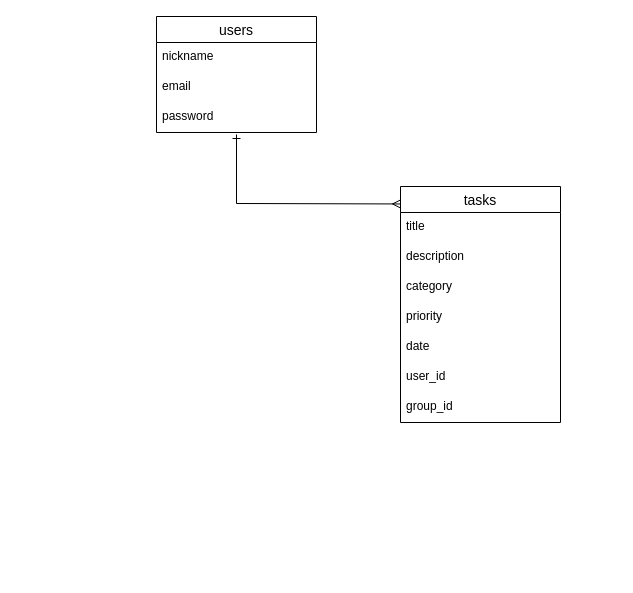
This is er.drawio from phalanx10/docalendar-app, a draw.io file, before an edit. Source tidied: cells renumbered, new cells numbered last; positions are measured from the earlier drawing's top-left corner, leaving out a move shared by most shapes. Both pictures are drawn from the tidied source at 100%, with x=0, y=0 at pixel (156, 16).
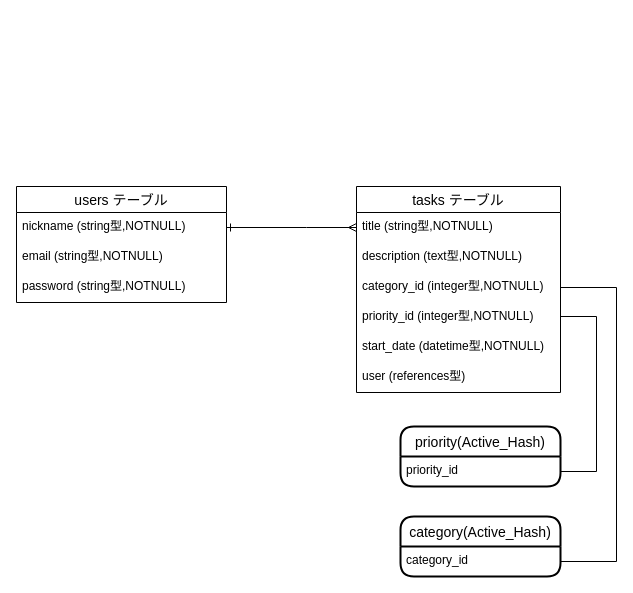
Above is the later version.

The edit, as a diff of the source:
```diff
@@
-    <mxCell id="2" value="users" style="swimlane;fontStyle=0;horizontal=1;startSize=26;align=center;fontSize=14;" parent="1" vertex="1">
-      <mxGeometry width="160" height="116" as="geometry" />
+    <mxCell id="2" value="users テーブル" style="swimlane;fontStyle=0;horizontal=1;startSize=26;align=center;fontSize=14;" parent="1" vertex="1">
+      <mxGeometry x="-140" y="170" width="210" height="116" as="geometry" />
     </mxCell>
-    <mxCell id="3" value="nickname" style="text;strokeColor=none;fillColor=none;spacingLeft=4;spacingRight=4;overflow=hidden;points=[[0,0.5],[1,0.5]];portConstraint=eastwest;fontSize=12;" parent="2" vertex="1">
-      <mxGeometry y="26" width="160" height="30" as="geometry" />
+    <mxCell id="3" value="nickname (string型,NOTNULL)" style="text;strokeColor=none;fillColor=none;spacingLeft=4;spacingRight=4;overflow=hidden;points=[[0,0.5],[1,0.5]];portConstraint=eastwest;fontSize=12;" parent="2" vertex="1">
+      <mxGeometry y="26" width="210" height="30" as="geometry" />
     </mxCell>
-    <mxCell id="4" value="email" style="text;strokeColor=none;fillColor=none;spacingLeft=4;spacingRight=4;overflow=hidden;fontSize=12;" parent="2" vertex="1">
-      <mxGeometry y="56" width="160" height="30" as="geometry" />
+    <mxCell id="4" value="email (string型,NOTNULL)" style="text;strokeColor=none;fillColor=none;spacingLeft=4;spacingRight=4;overflow=hidden;fontSize=12;" parent="2" vertex="1">
+      <mxGeometry y="56" width="210" height="30" as="geometry" />
     </mxCell>
-    <mxCell id="5" value="password" style="text;strokeColor=none;fillColor=none;spacingLeft=4;spacingRight=4;overflow=hidden;points=[[0,0.5],[1,0.5]];portConstraint=eastwest;fontSize=12;" parent="2" vertex="1">
-      <mxGeometry y="86" width="160" height="30" as="geometry" />
+    <mxCell id="5" value="password (string型,NOTNULL)" style="text;strokeColor=none;fillColor=none;spacingLeft=4;spacingRight=4;overflow=hidden;points=[[0,0.5],[1,0.5]];portConstraint=eastwest;fontSize=12;" parent="2" vertex="1">
+      <mxGeometry y="86" width="210" height="30" as="geometry" />
     </mxCell>
-    <mxCell id="6" value="tasks" style="swimlane;fontStyle=0;horizontal=1;startSize=26;align=center;fontSize=14;" parent="1" vertex="1">
-      <mxGeometry x="244" y="170" width="160" height="236" as="geometry" />
+    <mxCell id="6" value="tasks テーブル" style="swimlane;fontStyle=0;horizontal=1;startSize=26;align=center;fontSize=14;" parent="1" vertex="1">
+      <mxGeometry x="200" y="170" width="204" height="206" as="geometry" />
     </mxCell>
-    <mxCell id="7" value="title" style="text;strokeColor=none;fillColor=none;spacingLeft=4;spacingRight=4;overflow=hidden;points=[[0,0.5],[1,0.5]];portConstraint=eastwest;fontSize=12;" parent="6" vertex="1">
-      <mxGeometry y="26" width="160" height="30" as="geometry" />
+    <mxCell id="7" value="title (string型,NOTNULL)" style="text;strokeColor=none;fillColor=none;spacingLeft=4;spacingRight=4;overflow=hidden;points=[[0,0.5],[1,0.5]];portConstraint=eastwest;fontSize=12;" parent="6" vertex="1">
+      <mxGeometry y="26" width="204" height="30" as="geometry" />
     </mxCell>
-    <mxCell id="8" value="description" style="text;strokeColor=none;fillColor=none;spacingLeft=4;spacingRight=4;overflow=hidden;fontSize=12;" parent="6" vertex="1">
-      <mxGeometry y="56" width="160" height="30" as="geometry" />
+    <mxCell id="8" value="description (text型,NOTNULL)" style="text;strokeColor=none;fillColor=none;spacingLeft=4;spacingRight=4;overflow=hidden;fontSize=12;" parent="6" vertex="1">
+      <mxGeometry y="56" width="204" height="30" as="geometry" />
     </mxCell>
-    <mxCell id="9" value="category" style="text;strokeColor=none;fillColor=none;spacingLeft=4;spacingRight=4;overflow=hidden;points=[[0,0.5],[1,0.5]];portConstraint=eastwest;fontSize=12;" parent="6" vertex="1">
-      <mxGeometry y="86" width="160" height="30" as="geometry" />
+    <mxCell id="9" value="category_id (integer型,NOTNULL)" style="text;strokeColor=none;fillColor=none;spacingLeft=4;spacingRight=4;overflow=hidden;points=[[0,0.5],[1,0.5]];portConstraint=eastwest;fontSize=12;" parent="6" vertex="1">
+      <mxGeometry y="86" width="204" height="30" as="geometry" />
     </mxCell>
-    <mxCell id="10" value="priority" style="text;strokeColor=none;fillColor=none;spacingLeft=4;spacingRight=4;overflow=hidden;fontSize=12;" parent="6" vertex="1">
-      <mxGeometry y="116" width="160" height="30" as="geometry" />
+    <mxCell id="10" value="priority_id (integer型,NOTNULL)" style="text;strokeColor=none;fillColor=none;spacingLeft=4;spacingRight=4;overflow=hidden;fontSize=12;" parent="6" vertex="1">
+      <mxGeometry y="116" width="204" height="30" as="geometry" />
     </mxCell>
-    <mxCell id="11" value="date" style="text;strokeColor=none;fillColor=none;spacingLeft=4;spacingRight=4;overflow=hidden;fontSize=12;" parent="6" vertex="1">
-      <mxGeometry y="146" width="160" height="30" as="geometry" />
+    <mxCell id="11" value="start_date (datetime型,NOTNULL)" style="text;strokeColor=none;fillColor=none;spacingLeft=4;spacingRight=4;overflow=hidden;fontSize=12;" parent="6" vertex="1">
+      <mxGeometry y="146" width="204" height="30" as="geometry" />
     </mxCell>
-    <mxCell id="12" value="user_id" style="text;strokeColor=none;fillColor=none;spacingLeft=4;spacingRight=4;overflow=hidden;fontSize=12;" parent="6" vertex="1">
-      <mxGeometry y="176" width="160" height="30" as="geometry" />
+    <mxCell id="12" value="user (references型)" style="text;strokeColor=none;fillColor=none;spacingLeft=4;spacingRight=4;overflow=hidden;fontSize=12;" parent="6" vertex="1">
+      <mxGeometry y="176" width="204" height="30" as="geometry" />
     </mxCell>
-    <mxCell id="13" value="group_id" style="text;strokeColor=none;fillColor=none;spacingLeft=4;spacingRight=4;overflow=hidden;fontSize=12;" parent="6" vertex="1">
-      <mxGeometry y="206" width="160" height="30" as="geometry" />
-    </mxCell>
-    <mxCell id="14" style="endArrow=ERmany;html=1;rounded=0;exitX=0.5;exitY=1.067;exitDx=0;exitDy=0;exitPerimeter=0;startArrow=ERone;startFill=0;endFill=0;entryX=0;entryY=0.074;entryDx=0;entryDy=0;entryPerimeter=0;" parent="1" edge="1" source="5" target="6">
+    <mxCell id="14" style="endArrow=ERmany;html=1;rounded=0;startArrow=ERone;startFill=0;endFill=0;entryX=0;entryY=0.5;entryDx=0;entryDy=0;exitX=1;exitY=0.5;exitDx=0;exitDy=0;" parent="1" edge="1" source="3" target="7">
       <mxGeometry relative="1" as="geometry">
         <Array as="points">
-          <mxPoint x="80" y="187" />
+          <mxPoint x="150" y="211" />
         </Array>
       </mxGeometry>
     </mxCell>
+    <mxCell id="15" value="category(Active_Hash)" style="swimlane;horizontal=1;startSize=30;rounded=1;fontSize=14;fontStyle=0;strokeWidth=2;shadow=0;dashed=0;align=center;" parent="1" vertex="1">
+      <mxGeometry x="244" y="500" width="160" height="60" as="geometry" />
+    </mxCell>
+    <mxCell id="16" value="category_id" style="align=left;strokeColor=none;fillColor=none;spacingLeft=4;fontSize=12;verticalAlign=top;" parent="15" vertex="1">
+      <mxGeometry y="30" width="160" height="30" as="geometry" />
+    </mxCell>
+    <mxCell id="17" value="priority(Active_Hash)" style="swimlane;horizontal=1;startSize=30;rounded=1;fontSize=14;fontStyle=0;strokeWidth=2;shadow=0;dashed=0;align=center;" parent="1" vertex="1">
+      <mxGeometry x="244" y="410" width="160" height="60" as="geometry" />
+    </mxCell>
+    <mxCell id="18" value="priority_id" style="align=left;strokeColor=none;fillColor=none;spacingLeft=4;fontSize=12;verticalAlign=top;" parent="17" vertex="1">
+      <mxGeometry y="30" width="160" height="30" as="geometry" />
+    </mxCell>
+    <mxCell id="19" style="endArrow=none;html=1;rounded=0;entryX=1;entryY=0.5;entryDx=0;entryDy=0;" parent="1" edge="1" target="18">
+      <mxGeometry relative="1" as="geometry">
+        <mxPoint x="404" y="300" as="sourcePoint" />
+        <Array as="points">
+          <mxPoint x="440" y="300" />
+          <mxPoint x="440" y="455" />
+        </Array>
+      </mxGeometry>
+    </mxCell>
+    <mxCell id="20" style="endArrow=none;html=1;rounded=0;exitX=1;exitY=0.5;exitDx=0;exitDy=0;entryX=1;entryY=0.5;entryDx=0;entryDy=0;" parent="1" edge="1" source="9" target="16">
+      <mxGeometry relative="1" as="geometry">
+        <Array as="points">
+          <mxPoint x="460" y="271" />
+          <mxPoint x="460" y="545" />
+        </Array>
+      </mxGeometry>
+    </mxCell>
```
